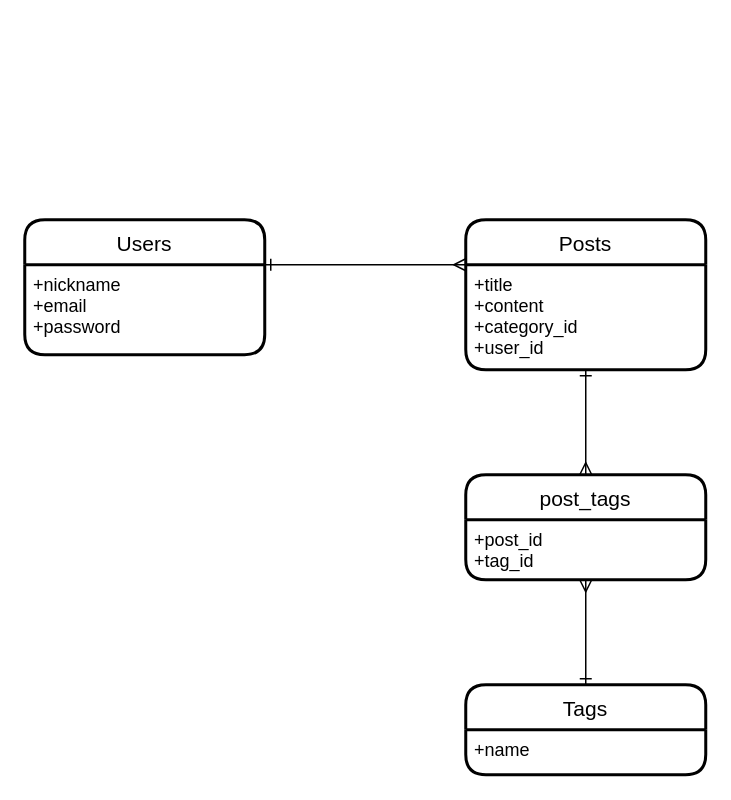
Earlier version of the draw.io diagram review.dio (ukkiy-ray/ani-review). Source tidied: cells renumbered, new cells numbered last; positions are measured from the earlier drawing's top-left corner, leaving out a move shared by most shapes. Both pictures are drawn from the tidied source at 150%, with x=0, y=0 at pixel (24, 219).
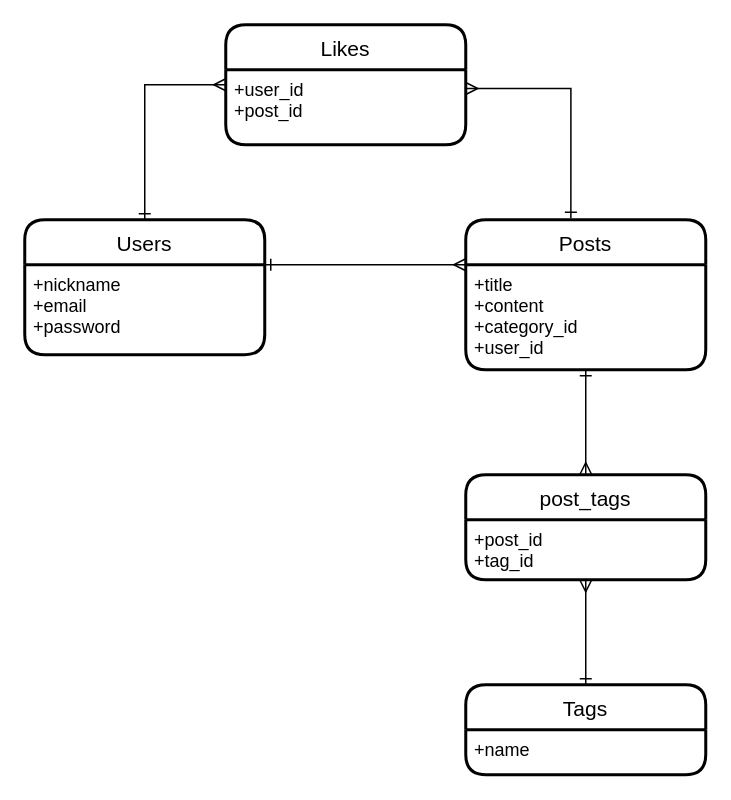
Above is the later version.

Commit message:
ER図にLikesテーブルを追記

The edit, as a diff of the source:
```diff
@@
 <mxGraphModel>
   <root>
     <mxCell id="0" />
     <mxCell id="1" parent="0" />
     <mxCell id="2" value="Users" style="swimlane;horizontal=1;startSize=30;rounded=1;fontSize=14;fontStyle=0;strokeWidth=2;shadow=0;dashed=0;align=center;" parent="1" vertex="1">
       <mxGeometry width="160" height="90" as="geometry" />
     </mxCell>
     <mxCell id="3" value="+nickname&#10;+email&#10;+password" style="align=left;strokeColor=none;fillColor=none;spacingLeft=4;fontSize=12;verticalAlign=top;" parent="2" vertex="1">
       <mxGeometry y="30" width="160" height="60" as="geometry" />
     </mxCell>
     <mxCell id="4" value="Posts" style="swimlane;horizontal=1;startSize=30;rounded=1;fontSize=14;fontStyle=0;strokeWidth=2;shadow=0;dashed=0;align=center;" parent="1" vertex="1">
       <mxGeometry x="294" width="160" height="100" as="geometry" />
     </mxCell>
     <mxCell id="5" value="+title&#10;+content&#10;+category_id&#10;+user_id" style="align=left;strokeColor=none;fillColor=none;spacingLeft=4;fontSize=12;verticalAlign=top;" parent="4" vertex="1">
       <mxGeometry y="30" width="160" height="70" as="geometry" />
     </mxCell>
     <mxCell id="6" style="edgeStyle=none;rounded=0;jettySize=auto;html=1;exitX=0.5;exitY=0;exitDx=0;exitDy=0;entryX=0.5;entryY=1;entryDx=0;entryDy=0;startArrow=ERone;startFill=0;endArrow=ERmany;endFill=0;" parent="1" edge="1" source="7" target="10">
       <mxGeometry relative="1" as="geometry" />
     </mxCell>
     <mxCell id="7" value="Tags" style="swimlane;horizontal=1;startSize=30;rounded=1;fontSize=14;fontStyle=0;strokeWidth=2;shadow=0;dashed=0;align=center;" parent="1" vertex="1">
       <mxGeometry x="294" y="310" width="160" height="60" as="geometry" />
     </mxCell>
     <mxCell id="8" value="+name" style="align=left;strokeColor=none;fillColor=none;spacingLeft=4;fontSize=12;verticalAlign=top;" parent="7" vertex="1">
       <mxGeometry y="30" width="160" height="30" as="geometry" />
     </mxCell>
     <mxCell id="9" value="post_tags" style="swimlane;horizontal=1;startSize=30;rounded=1;fontSize=14;fontStyle=0;strokeWidth=2;shadow=0;dashed=0;align=center;" parent="1" vertex="1">
       <mxGeometry x="294" y="170" width="160" height="70" as="geometry" />
     </mxCell>
     <mxCell id="10" value="+post_id&#10;+tag_id" style="align=left;strokeColor=none;fillColor=none;spacingLeft=4;fontSize=12;verticalAlign=top;" parent="9" vertex="1">
       <mxGeometry y="30" width="160" height="40" as="geometry" />
     </mxCell>
     <mxCell id="11" style="edgeStyle=none;rounded=0;jettySize=auto;html=1;exitX=1;exitY=0;exitDx=0;exitDy=0;entryX=0;entryY=0;entryDx=0;entryDy=0;startArrow=ERone;startFill=0;endArrow=ERmany;endFill=0;" parent="1" edge="1" source="3" target="5">
       <mxGeometry relative="1" as="geometry" />
     </mxCell>
     <mxCell id="12" style="edgeStyle=none;rounded=0;jettySize=auto;html=1;exitX=0.5;exitY=1;exitDx=0;exitDy=0;entryX=0.5;entryY=0;entryDx=0;entryDy=0;startArrow=ERone;startFill=0;endArrow=ERmany;endFill=0;" parent="1" edge="1" source="5" target="9">
       <mxGeometry relative="1" as="geometry" />
     </mxCell>
+    <mxCell id="13" style="edgeStyle=orthogonalEdgeStyle;rounded=0;jettySize=auto;html=1;exitX=0;exitY=0.5;exitDx=0;exitDy=0;entryX=0.5;entryY=0;entryDx=0;entryDy=0;startArrow=ERmany;startFill=0;endArrow=ERone;endFill=0;" parent="1" edge="1" source="14" target="2">
+      <mxGeometry relative="1" as="geometry" />
+    </mxCell>
+    <mxCell id="14" value="Likes" style="swimlane;horizontal=1;startSize=30;rounded=1;fontSize=14;fontStyle=0;strokeWidth=2;shadow=0;dashed=0;align=center;" parent="1" vertex="1">
+      <mxGeometry x="134" y="-130" width="160" height="80" as="geometry" />
+    </mxCell>
+    <mxCell id="15" value="+user_id&#10;+post_id" style="align=left;strokeColor=none;fillColor=none;spacingLeft=4;fontSize=12;verticalAlign=top;" parent="14" vertex="1">
+      <mxGeometry y="30" width="160" height="50" as="geometry" />
+    </mxCell>
+    <mxCell id="16" style="edgeStyle=orthogonalEdgeStyle;rounded=0;jettySize=auto;html=1;exitX=1;exitY=0.25;exitDx=0;exitDy=0;entryX=0.438;entryY=-0.01;entryDx=0;entryDy=0;entryPerimeter=0;startArrow=ERmany;startFill=0;endArrow=ERone;endFill=0;" parent="1" edge="1" source="15" target="4">
+      <mxGeometry relative="1" as="geometry" />
+    </mxCell>
   </root>
 </mxGraphModel>
```
